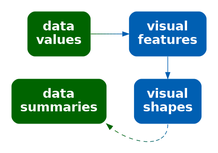
The Graphviz diagram Diagrams/data-vis-shape-decode.png in pmur002/hdvw, before a commit. Its source is kept beside it as Diagrams/data-vis-shape-decode.dot.
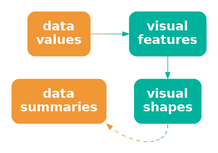
The same diagram one commit later.

Diff of the diagram source:
```diff
@@ -1,15 +1,15 @@
 digraph {
   graph [ rankdir=LR; margin=.2; nodesep=.5 ];
   node [ fontsize=20; fontname="sans bold"; margin=.2 ];
-  data [ label="data\nvalues"; shape=box; style="filled, rounded"; penwidth=0; fontcolor=white; fillcolor="#006400" ]
-  stat [ label="data\nsummaries"; shape=box; style="filled, rounded"; penwidth=0; fontcolor=white; fillcolor="#006400" ]
+  data [ label="data\nvalues"; shape=box; style="filled, rounded"; penwidth=0; fontcolor=white; fillcolor="#F09736" ]
+  stat [ label="data\nsummaries"; shape=box; style="filled, rounded"; penwidth=0; fontcolor=white; fillcolor="#F09736" ]
   vis [ label="visual\nfeatures"; shape=box;
-     style="filled, rounded"; penwidth=0; fontcolor=white; fillcolor="#005FB2" ]
+     style="filled, rounded"; penwidth=0; fontcolor=white; fillcolor="#00B19B" ]
   shape [ label="visual\nshapes"; shape=box;
-       style="filled, rounded"; penwidth=0; fontcolor=white; fillcolor="#005FB2" ]
-  data -> vis [ color="#006400;0.1:#006314;0.1:#006328;0.1:#00623B;0.1:#00624F;0.1:#006163;0.1:#006177;0.1:#00608A;0.1:#00609E;0.1:#005FB2;0.1" ]
-  vis -> shape [ color="#005FB2" ]
-  shape:s -> stat:se [ style="dashed", color="#005FB2;0.1:#00609E;0.1:#00608A;0.1:#006177;0.1:#006163;0.1:#00624F;0.1:#00623B;0.1:#006328;0.1:#006314;0.1:#006400;0.1" ]
+       style="filled, rounded"; penwidth=0; fontcolor=white; fillcolor="#00B19B" ]
+  data -> vis [ color="#F09736;0.1:#D59A41;0.1:#BB9D4C;0.1:#A0A058;0.1:#85A363;0.1:#6BA56E;0.1:#50A879;0.1:#35AB85;0.1:#1BAE90;0.1:#00B19B;0.1" ]
+  vis -> shape [ color="#00B19B" ]
+  shape:s -> stat:se [ style="dashed", color="#00B19B;0.1:#1BAE90;0.1:#35AB85;0.1:#50A879;0.1:#6BA56E;0.1:#85A363;0.1:#A0A058;0.1:#BB9D4C;0.1:#D59A41;0.1:#F09736;0.1" ]
 { rank=same; data, stat }
 { rank=same; vis, shape }
 }
```
